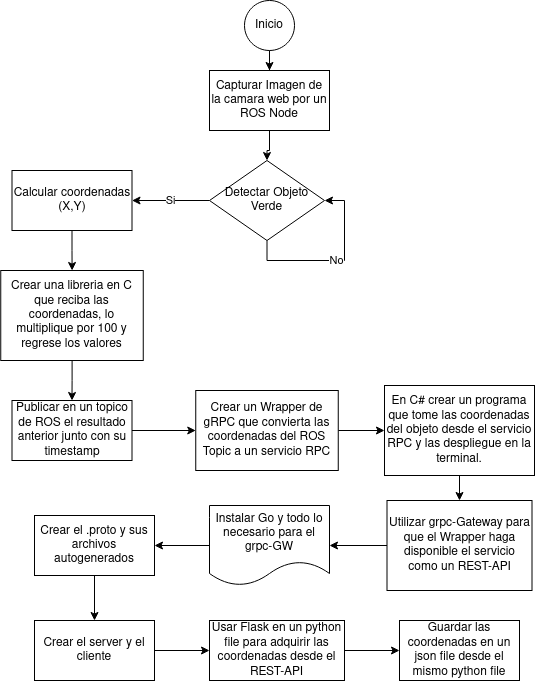
BryanMqz/M4-MidTerm keeps this draw.io diagram as M4-DFD.png. Above is the earlier version. Source tidied: cells renumbered, new cells last; positions are measured from the earlier drawing's top-left corner, leaving out a move shared by most shapes.
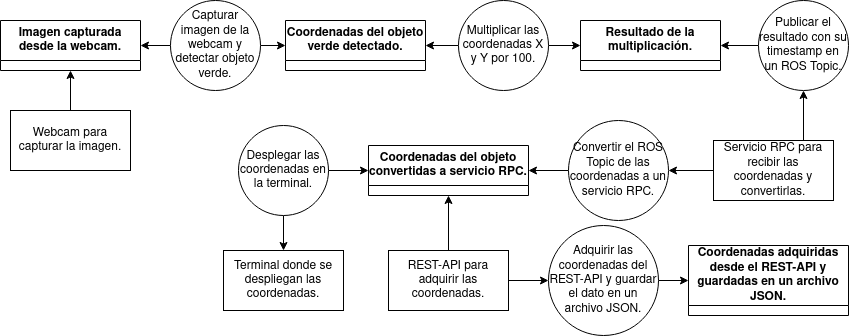
After the change.

Diff of the diagram source:
```diff
@@ -2,89 +2,92 @@
   <root>
     <mxCell id="0" />
     <mxCell id="1" parent="0" />
-    <mxCell id="2" style="edgeStyle=orthogonalEdgeStyle;rounded=0;jettySize=auto;html=1;" parent="1" edge="1" source="3" target="7">
-      <mxGeometry relative="1" as="geometry" />
-    </mxCell>
-    <mxCell id="3" value="Capturar Imagen de la camara web por un ROS Node" style="rounded=0;whiteSpace=wrap;html=1;" parent="1" vertex="1">
-      <mxGeometry x="209" y="70" width="120" height="60" as="geometry" />
-    </mxCell>
-    <mxCell id="4" style="edgeStyle=orthogonalEdgeStyle;rounded=0;jettySize=auto;html=1;" parent="1" edge="1" source="5" target="3">
-      <mxGeometry relative="1" as="geometry" />
-    </mxCell>
-    <mxCell id="5" value="Inicio" style="ellipse;whiteSpace=wrap;html=1;" parent="1" vertex="1">
-      <mxGeometry x="244" width="50" height="50" as="geometry" />
-    </mxCell>
-    <mxCell id="6" value="Si" style="edgeStyle=orthogonalEdgeStyle;rounded=0;jettySize=auto;html=1;" parent="1" edge="1" source="7" target="9">
-      <mxGeometry relative="1" as="geometry" />
-    </mxCell>
-    <mxCell id="7" value="Detectar Objeto Verde" style="rhombus;whiteSpace=wrap;html=1;" parent="1" vertex="1">
-      <mxGeometry x="209" y="160" width="115" height="80" as="geometry" />
-    </mxCell>
-    <mxCell id="8" style="edgeStyle=orthogonalEdgeStyle;rounded=0;jettySize=auto;html=1;" parent="1" edge="1" source="9" target="14">
-      <mxGeometry relative="1" as="geometry" />
-    </mxCell>
-    <mxCell id="9" value="Calcular coordenadas (X,Y)" style="whiteSpace=wrap;html=1;" parent="1" vertex="1">
-      <mxGeometry x="11.5" y="170" width="120" height="60" as="geometry" />
-    </mxCell>
-    <mxCell id="10" value="No" style="edgeStyle=orthogonalEdgeStyle;rounded=0;orthogonalLoop=1;jettySize=auto;html=1;entryX=1;entryY=0.5;entryDx=0;entryDy=0;exitX=0.5;exitY=1;exitDx=0;exitDy=0;" parent="1" edge="1" source="7" target="7">
-      <mxGeometry relative="1" as="geometry" />
-    </mxCell>
-    <mxCell id="11" style="edgeStyle=orthogonalEdgeStyle;rounded=0;jettySize=auto;html=1;" parent="1" edge="1" source="12" target="16">
-      <mxGeometry relative="1" as="geometry" />
-    </mxCell>
-    <mxCell id="12" value="Publicar en un topico de ROS el resultado anterior junto con su timestamp" style="whiteSpace=wrap;html=1;" parent="1" vertex="1">
-      <mxGeometry x="11.5" y="400" width="120" height="60" as="geometry" />
-    </mxCell>
-    <mxCell id="13" style="edgeStyle=orthogonalEdgeStyle;rounded=0;jettySize=auto;html=1;" parent="1" edge="1" source="14" target="12">
-      <mxGeometry relative="1" as="geometry" />
-    </mxCell>
-    <mxCell id="14" value="Crear una libreria en C que reciba las coordenadas, lo multiplique por 100 y regrese los valores" style="whiteSpace=wrap;html=1;" parent="1" vertex="1">
-      <mxGeometry x="0.2" y="270" width="142.5" height="90" as="geometry" />
-    </mxCell>
-    <mxCell id="15" style="edgeStyle=orthogonalEdgeStyle;rounded=0;jettySize=auto;html=1;" parent="1" edge="1" source="16" target="18">
-      <mxGeometry relative="1" as="geometry" />
-    </mxCell>
-    <mxCell id="16" value="Crear un Wrapper de gRPC que convierta las coordenadas del ROS Topic a un servicio RPC" style="whiteSpace=wrap;html=1;" parent="1" vertex="1">
-      <mxGeometry x="195.2" y="390" width="142.5" height="80" as="geometry" />
-    </mxCell>
-    <mxCell id="17" style="edgeStyle=orthogonalEdgeStyle;rounded=0;jettySize=auto;html=1;" parent="1" edge="1" source="18" target="20">
-      <mxGeometry relative="1" as="geometry" />
-    </mxCell>
-    <mxCell id="18" value="En C# crear un programa que tome las coordenadas del objeto desde el servicio RPC y las despliegue en la terminal. " style="whiteSpace=wrap;html=1;" parent="1" vertex="1">
-      <mxGeometry x="384" y="385" width="150" height="90" as="geometry" />
-    </mxCell>
-    <mxCell id="19" style="edgeStyle=orthogonalEdgeStyle;rounded=0;jettySize=auto;html=1;" parent="1" edge="1" source="20" target="22">
-      <mxGeometry relative="1" as="geometry" />
-    </mxCell>
-    <mxCell id="20" value="Utilizar grpc-Gateway para que el Wrapper haga disponible el servicio como un REST-API" style="whiteSpace=wrap;html=1;" parent="1" vertex="1">
-      <mxGeometry x="386.5" y="500" width="145" height="90" as="geometry" />
-    </mxCell>
-    <mxCell id="21" style="edgeStyle=orthogonalEdgeStyle;rounded=0;jettySize=auto;html=1;" parent="1" edge="1" source="22" target="24">
-      <mxGeometry relative="1" as="geometry" />
-    </mxCell>
-    <mxCell id="22" value="Instalar Go y todo lo necesario para el grpc-GW" style="shape=document;whiteSpace=wrap;html=1;boundedLbl=1;" parent="1" vertex="1">
-      <mxGeometry x="209" y="505" width="120" height="80" as="geometry" />
-    </mxCell>
-    <mxCell id="23" style="edgeStyle=orthogonalEdgeStyle;rounded=0;jettySize=auto;html=1;" parent="1" edge="1" source="24" target="26">
-      <mxGeometry relative="1" as="geometry" />
-    </mxCell>
-    <mxCell id="24" value="Crear el .proto y sus archivos autogenerados" style="whiteSpace=wrap;html=1;" parent="1" vertex="1">
-      <mxGeometry x="34" y="515" width="120" height="60" as="geometry" />
-    </mxCell>
-    <mxCell id="25" style="edgeStyle=orthogonalEdgeStyle;rounded=0;jettySize=auto;html=1;" parent="1" edge="1" source="26" target="28">
-      <mxGeometry relative="1" as="geometry" />
-    </mxCell>
-    <mxCell id="26" value="Crear el server y el cliente" style="whiteSpace=wrap;html=1;" parent="1" vertex="1">
-      <mxGeometry x="34" y="620" width="120" height="60" as="geometry" />
-    </mxCell>
-    <mxCell id="27" style="edgeStyle=orthogonalEdgeStyle;rounded=0;jettySize=auto;html=1;" parent="1" edge="1" source="28" target="29">
-      <mxGeometry relative="1" as="geometry" />
-    </mxCell>
-    <mxCell id="28" value="Usar Flask en un python file para adquirir las coordenadas desde el REST-API" style="whiteSpace=wrap;html=1;" parent="1" vertex="1">
-      <mxGeometry x="209" y="620" width="135" height="60" as="geometry" />
-    </mxCell>
-    <mxCell id="29" value="Guardar las coordenadas en un json file desde el mismo python file" style="whiteSpace=wrap;html=1;" parent="1" vertex="1">
-      <mxGeometry x="399" y="620" width="120" height="60" as="geometry" />
-    </mxCell>
+    <mxCell id="30" value="Imagen capturada desde la webcam." style="swimlane;whiteSpace=wrap;html=1;startSize=40;" parent="1" vertex="1">
+      <mxGeometry x="-146" y="440" width="140" height="50" as="geometry" />
+    </mxCell>
+    <mxCell id="31" style="edgeStyle=orthogonalEdgeStyle;rounded=0;jettySize=auto;html=1;exitX=1;exitY=0.5;exitDx=0;exitDy=0;entryX=0;entryY=0.5;entryDx=0;entryDy=0;" parent="1" edge="1" source="33" target="48">
+      <mxGeometry relative="1" as="geometry" />
+    </mxCell>
+    <mxCell id="32" style="edgeStyle=orthogonalEdgeStyle;rounded=0;jettySize=auto;html=1;exitX=0;exitY=0.5;exitDx=0;exitDy=0;entryX=1;entryY=0.5;entryDx=0;entryDy=0;" parent="1" edge="1" source="33" target="30">
+      <mxGeometry relative="1" as="geometry" />
+    </mxCell>
+    <mxCell id="33" value="Capturar imagen de la webcam y detectar objeto verde." style="ellipse;whiteSpace=wrap;html=1;" parent="1" vertex="1">
+      <mxGeometry x="24" y="420" width="90" height="90" as="geometry" />
+    </mxCell>
+    <mxCell id="34" style="edgeStyle=orthogonalEdgeStyle;rounded=0;jettySize=auto;html=1;exitX=0.5;exitY=0;exitDx=0;exitDy=0;entryX=0.5;entryY=1;entryDx=0;entryDy=0;" parent="1" edge="1" source="35" target="30">
+      <mxGeometry relative="1" as="geometry" />
+    </mxCell>
+    <mxCell id="35" value="Webcam para capturar la imagen." style="rounded=0;whiteSpace=wrap;html=1;" parent="1" vertex="1">
+      <mxGeometry x="-136" y="530" width="120" height="60" as="geometry" />
+    </mxCell>
+    <mxCell id="36" style="edgeStyle=orthogonalEdgeStyle;rounded=0;jettySize=auto;html=1;exitX=0;exitY=0.5;exitDx=0;exitDy=0;entryX=1;entryY=0.5;entryDx=0;entryDy=0;" parent="1" edge="1" source="38" target="48">
+      <mxGeometry relative="1" as="geometry" />
+    </mxCell>
+    <mxCell id="37" style="edgeStyle=orthogonalEdgeStyle;rounded=0;jettySize=auto;html=1;exitX=1;exitY=0.5;exitDx=0;exitDy=0;entryX=0;entryY=0.5;entryDx=0;entryDy=0;" parent="1" edge="1" source="38" target="49">
+      <mxGeometry relative="1" as="geometry" />
+    </mxCell>
+    <mxCell id="38" value="Multiplicar las coordenadas X y Y por 100." style="ellipse;whiteSpace=wrap;html=1;" parent="1" vertex="1">
+      <mxGeometry x="312" y="420" width="90" height="90" as="geometry" />
+    </mxCell>
+    <mxCell id="39" style="edgeStyle=orthogonalEdgeStyle;rounded=0;jettySize=auto;html=1;exitX=0;exitY=0.5;exitDx=0;exitDy=0;entryX=1;entryY=0.5;entryDx=0;entryDy=0;" parent="1" edge="1" source="40" target="49">
+      <mxGeometry relative="1" as="geometry" />
+    </mxCell>
+    <mxCell id="40" value="Publicar el resultado con su timestamp en un ROS Topic." style="ellipse;whiteSpace=wrap;html=1;" parent="1" vertex="1">
+      <mxGeometry x="612" y="420" width="90" height="90" as="geometry" />
+    </mxCell>
+    <mxCell id="41" style="edgeStyle=orthogonalEdgeStyle;rounded=0;jettySize=auto;html=1;exitX=0;exitY=0.5;exitDx=0;exitDy=0;entryX=1;entryY=0.5;entryDx=0;entryDy=0;" parent="1" edge="1" source="42" target="50">
+      <mxGeometry relative="1" as="geometry" />
+    </mxCell>
+    <mxCell id="42" value="Convertir el ROS Topic de las coordenadas a un servicio RPC." style="ellipse;whiteSpace=wrap;html=1;" parent="1" vertex="1">
+      <mxGeometry x="422" y="540" width="100" height="100" as="geometry" />
+    </mxCell>
+    <mxCell id="43" style="edgeStyle=orthogonalEdgeStyle;rounded=0;jettySize=auto;html=1;exitX=1;exitY=0.5;exitDx=0;exitDy=0;entryX=0;entryY=0.5;entryDx=0;entryDy=0;" parent="1" edge="1" source="45" target="50">
+      <mxGeometry relative="1" as="geometry" />
+    </mxCell>
+    <mxCell id="44" style="edgeStyle=orthogonalEdgeStyle;rounded=0;jettySize=auto;html=1;exitX=0.5;exitY=1;exitDx=0;exitDy=0;entryX=0.5;entryY=0;entryDx=0;entryDy=0;" parent="1" edge="1" source="45" target="55">
+      <mxGeometry relative="1" as="geometry" />
+    </mxCell>
+    <mxCell id="45" value="Desplegar las coordenadas en la terminal." style="ellipse;whiteSpace=wrap;html=1;" parent="1" vertex="1">
+      <mxGeometry x="92" y="545" width="90" height="90" as="geometry" />
+    </mxCell>
+    <mxCell id="46" style="edgeStyle=orthogonalEdgeStyle;rounded=0;jettySize=auto;html=1;exitX=1;exitY=0.5;exitDx=0;exitDy=0;entryX=0;entryY=0.5;entryDx=0;entryDy=0;" parent="1" edge="1" source="47" target="51">
+      <mxGeometry relative="1" as="geometry" />
+    </mxCell>
+    <mxCell id="47" value="Adquirir las coordenadas del REST-API y guardar el dato en un archivo JSON." style="ellipse;whiteSpace=wrap;html=1;" parent="1" vertex="1">
+      <mxGeometry x="402" y="645" width="110" height="110" as="geometry" />
+    </mxCell>
+    <mxCell id="48" value="Coordenadas del objeto verde detectado." style="swimlane;whiteSpace=wrap;html=1;startSize=40;" parent="1" vertex="1">
+      <mxGeometry x="139" y="440" width="140" height="50" as="geometry" />
+    </mxCell>
+    <mxCell id="49" value="Resultado de la multiplicación." style="swimlane;whiteSpace=wrap;html=1;startSize=40;" parent="1" vertex="1">
+      <mxGeometry x="434" y="440" width="140" height="50" as="geometry" />
+    </mxCell>
+    <mxCell id="50" value="Coordenadas del objeto convertidas a servicio RPC." style="swimlane;whiteSpace=wrap;html=1;startSize=40;" parent="1" vertex="1">
+      <mxGeometry x="222" y="565" width="160" height="50" as="geometry" />
+    </mxCell>
+    <mxCell id="51" value="Coordenadas adquiridas desde el REST-API y guardadas en un archivo JSON." style="swimlane;whiteSpace=wrap;html=1;startSize=60;" parent="1" vertex="1">
+      <mxGeometry x="542" y="665" width="160" height="70" as="geometry" />
+    </mxCell>
+    <mxCell id="52" style="edgeStyle=orthogonalEdgeStyle;rounded=0;jettySize=auto;html=1;exitX=0.75;exitY=0;exitDx=0;exitDy=0;entryX=0.5;entryY=1;entryDx=0;entryDy=0;" parent="1" edge="1" source="54" target="40">
+      <mxGeometry relative="1" as="geometry" />
+    </mxCell>
+    <mxCell id="53" style="edgeStyle=orthogonalEdgeStyle;rounded=0;jettySize=auto;html=1;exitX=0;exitY=0.5;exitDx=0;exitDy=0;entryX=1;entryY=0.5;entryDx=0;entryDy=0;" parent="1" edge="1" source="54" target="42">
+      <mxGeometry relative="1" as="geometry" />
+    </mxCell>
+    <mxCell id="54" value="Servicio RPC para recibir las coordenadas y convertirlas." style="rounded=0;whiteSpace=wrap;html=1;" parent="1" vertex="1">
+      <mxGeometry x="567" y="560" width="120" height="60" as="geometry" />
+    </mxCell>
+    <mxCell id="55" value="Terminal donde se despliegan las coordenadas." style="rounded=0;whiteSpace=wrap;html=1;" parent="1" vertex="1">
+      <mxGeometry x="77" y="670" width="120" height="60" as="geometry" />
+    </mxCell>
+    <mxCell id="56" style="edgeStyle=orthogonalEdgeStyle;rounded=0;jettySize=auto;html=1;exitX=0.5;exitY=0;exitDx=0;exitDy=0;entryX=0.5;entryY=1;entryDx=0;entryDy=0;" parent="1" edge="1" source="58" target="50">
+      <mxGeometry relative="1" as="geometry" />
+    </mxCell>
+    <mxCell id="57" style="edgeStyle=orthogonalEdgeStyle;rounded=0;jettySize=auto;html=1;exitX=1;exitY=0.5;exitDx=0;exitDy=0;entryX=0;entryY=0.5;entryDx=0;entryDy=0;" parent="1" edge="1" source="58" target="47">
+      <mxGeometry relative="1" as="geometry" />
+    </mxCell>
+    <mxCell id="58" value="REST-API para adquirir las coordenadas." style="rounded=0;whiteSpace=wrap;html=1;" parent="1" vertex="1">
+      <mxGeometry x="242" y="670" width="120" height="60" as="geometry" />
+    </mxCell>
   </root>
 </mxGraphModel>
```
